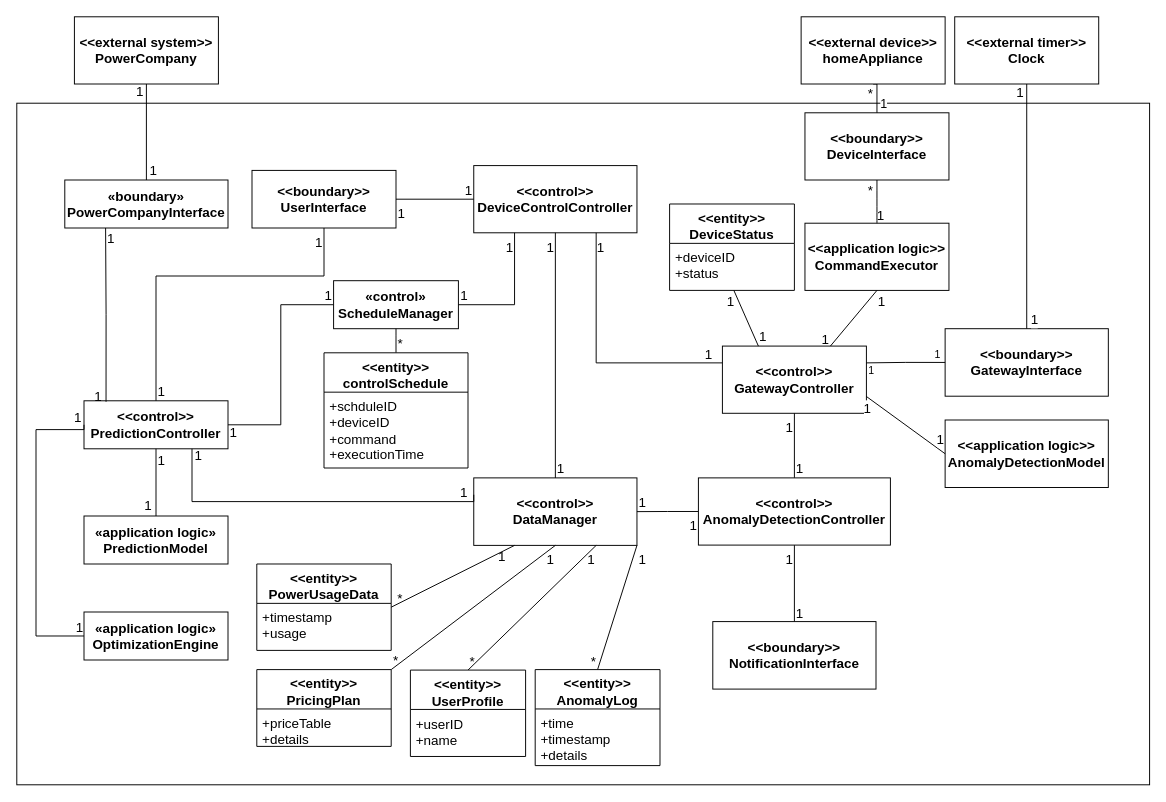
Above: page "StaticView" (4 of 4) of DomainModeling.drawio in GeniusHoon/AssociateArchitect (draw.io), before the change. Source tidied: cells renumbered, new cells numbered last; positions are measured from the earlier drawing's top-left corner, leaving out a move shared by most shapes. Both pictures are drawn from the tidied source at 96%, with x=0, y=0 at pixel (16, 16).
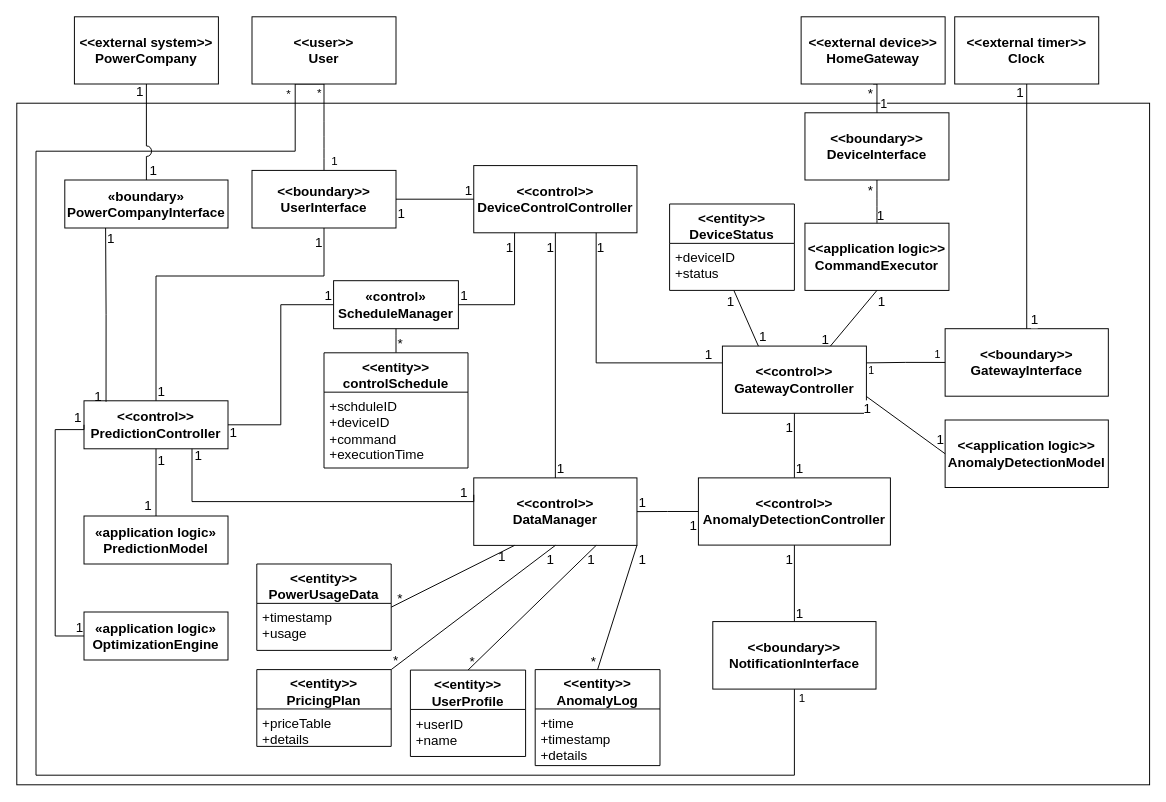
The same diagram, later.

The change refers to these unchanged cells:
```xml
<mxCell id="6" value="«boundary»&lt;br&gt;&lt;span&gt;PowerCompanyInterface&lt;/span&gt;" style="html=1;whiteSpace=wrap;fontStyle=1;fontSize=14;" parent="1" vertex="1">
  <mxGeometry x="50" y="170" width="170" height="50" as="geometry" />
</mxCell>
<mxCell id="7" value="&lt;span style=&quot;text-wrap-mode: nowrap;&quot;&gt;&amp;lt;&amp;lt;control&amp;gt;&amp;gt;&lt;/span&gt;&lt;br style=&quot;padding: 0px; margin: 0px; text-wrap-mode: nowrap;&quot;&gt;&lt;span style=&quot;text-wrap-mode: nowrap;&quot;&gt;PredictionController&lt;/span&gt;" style="html=1;whiteSpace=wrap;fontStyle=1;fontSize=14;" parent="1" vertex="1">
  <mxGeometry x="70" y="400" width="150" height="50" as="geometry" />
</mxCell>
<mxCell id="75" value="«application logic»&lt;br&gt;&lt;div&gt;OptimizationEngine&lt;/div&gt;" style="html=1;whiteSpace=wrap;fontStyle=1;fontSize=14;" parent="1" vertex="1">
  <mxGeometry x="70" y="620" width="150" height="50" as="geometry" />
</mxCell>
<mxCell id="79" value="&lt;span style=&quot;text-wrap-mode: nowrap;&quot;&gt;&amp;lt;&amp;lt;boundary&amp;gt;&amp;gt;&lt;/span&gt;&lt;br style=&quot;padding: 0px; margin: 0px; text-wrap-mode: nowrap;&quot;&gt;&lt;span style=&quot;text-wrap-mode: nowrap;&quot;&gt;UserInterface&lt;/span&gt;" style="html=1;whiteSpace=wrap;fontStyle=1;fontSize=14;" parent="1" vertex="1">
  <mxGeometry x="245" y="160" width="150" height="60" as="geometry" />
</mxCell>
<mxCell id="89" value="&lt;span style=&quot;text-wrap-mode: nowrap;&quot;&gt;&amp;lt;&amp;lt;boundary&amp;gt;&amp;gt;&lt;/span&gt;&lt;br style=&quot;padding: 0px; margin: 0px; text-wrap-mode: nowrap;&quot;&gt;&lt;span style=&quot;text-wrap-mode: nowrap;&quot;&gt;NotificationInterface&lt;/span&gt;" style="html=1;whiteSpace=wrap;fontStyle=1;fontSize=14;" parent="1" vertex="1">
  <mxGeometry x="725" y="630" width="170" height="70.3" as="geometry" />
</mxCell>
<mxCell id="101" value="&lt;span style=&quot;text-wrap-mode: nowrap;&quot;&gt;&amp;lt;&amp;lt;external system&amp;gt;&amp;gt;&lt;/span&gt;&lt;br style=&quot;padding: 0px; margin: 0px; text-wrap-mode: nowrap;&quot;&gt;&lt;div&gt;&lt;span style=&quot;text-wrap-mode: nowrap;&quot;&gt;PowerCompany&lt;/span&gt;&lt;/div&gt;" style="html=1;whiteSpace=wrap;fontStyle=1;fontSize=14;" parent="1" vertex="1">
  <mxGeometry x="60" width="150" height="70" as="geometry" />
</mxCell>
```

The edit, as a diff of the source:
```diff
@@
+    <mxCell id="111" style="edgeStyle=none;curved=1;rounded=0;jettySize=auto;html=1;exitX=0.5;exitY=0;exitDx=0;exitDy=0;entryX=0.5;entryY=1;entryDx=0;entryDy=0;fontSize=12;startSize=8;endSize=8;endArrow=none;endFill=0;" parent="1" edge="1" source="79" target="117">
+      <mxGeometry relative="1" as="geometry" />
+    </mxCell>
+    <mxCell id="112" value="*" style="edgeLabel;html=1;align=center;verticalAlign=middle;fontSize=12;" parent="111" vertex="1">
+      <mxGeometry x="0.84" y="2" relative="1" as="geometry">
+        <mxPoint x="-4" y="2" as="offset" />
+      </mxGeometry>
+    </mxCell>
+    <mxCell id="113" value="1" style="edgeLabel;html=1;align=center;verticalAlign=middle;fontSize=12;" parent="111" vertex="1">
+      <mxGeometry x="-0.77" y="1" relative="1" as="geometry">
+        <mxPoint x="11" as="offset" />
+      </mxGeometry>
+    </mxCell>
@@
+    <mxCell id="114" style="edgeStyle=orthogonalEdgeStyle;rounded=0;jettySize=auto;html=1;exitX=0.5;exitY=1;exitDx=0;exitDy=0;entryX=0.5;entryY=1;entryDx=0;entryDy=0;fontSize=12;startSize=8;endSize=8;endArrow=none;endFill=0;jumpStyle=arc;" parent="1" edge="1" source="89" target="117">
+      <mxGeometry relative="1" as="geometry">
+        <Array as="points">
+          <mxPoint x="810" y="790" />
+          <mxPoint x="20" y="790" />
+          <mxPoint x="20" y="140" />
+          <mxPoint x="290" y="140" />
+          <mxPoint x="290" y="70" />
+        </Array>
+      </mxGeometry>
+    </mxCell>
+    <mxCell id="115" value="1" style="edgeLabel;html=1;align=center;verticalAlign=middle;fontSize=12;" parent="114" vertex="1">
+      <mxGeometry x="-0.99" relative="1" as="geometry">
+        <mxPoint x="7" as="offset" />
+      </mxGeometry>
+    </mxCell>
+    <mxCell id="116" value="*" style="edgeLabel;html=1;align=center;verticalAlign=middle;fontSize=12;" parent="114" vertex="1">
+      <mxGeometry x="0.99" relative="1" as="geometry">
+        <mxPoint x="-28" y="10" as="offset" />
+      </mxGeometry>
+    </mxCell>
@@
-    <mxCell id="97" value="&lt;span style=&quot;text-wrap-mode: nowrap;&quot;&gt;&amp;lt;&amp;lt;external device&amp;gt;&amp;gt;&lt;/span&gt;&lt;br style=&quot;padding: 0px; margin: 0px; text-wrap-mode: nowrap;&quot;&gt;&lt;div&gt;&lt;span style=&quot;text-wrap-mode: nowrap;&quot;&gt;homeAppliance&lt;/span&gt;&lt;/div&gt;" style="html=1;whiteSpace=wrap;fontStyle=1;fontSize=14;" parent="1" vertex="1">
+    <mxCell id="97" value="&lt;span style=&quot;text-wrap-mode: nowrap;&quot;&gt;&amp;lt;&amp;lt;external device&amp;gt;&amp;gt;&lt;/span&gt;&lt;br style=&quot;padding: 0px; margin: 0px; text-wrap-mode: nowrap;&quot;&gt;&lt;div&gt;HomeGateway&lt;/div&gt;" style="html=1;whiteSpace=wrap;fontStyle=1;fontSize=14;" parent="1" vertex="1">
       <mxGeometry x="817" width="150" height="70" as="geometry" />
     </mxCell>
-    <mxCell id="98" style="edgeStyle=orthogonalEdgeStyle;rounded=0;jettySize=auto;html=1;exitX=0.5;exitY=1;exitDx=0;exitDy=0;entryX=0.5;entryY=0;entryDx=0;entryDy=0;endArrow=none;endFill=0;strokeWidth=1;" parent="1" edge="1" source="101" target="6">
+    <mxCell id="98" style="edgeStyle=orthogonalEdgeStyle;rounded=0;jettySize=auto;html=1;exitX=0.5;exitY=1;exitDx=0;exitDy=0;entryX=0.5;entryY=0;entryDx=0;entryDy=0;endArrow=none;endFill=0;strokeWidth=1;jumpStyle=arc;jumpSize=11;" parent="1" edge="1" source="101" target="6">
       <mxGeometry relative="1" as="geometry" />
     </mxCell>
@@
     <mxCell id="105" style="startArrow=none;endArrow=none;exitX=0;exitY=0.5;entryX=0;entryY=0.5;rounded=0;entryDx=0;entryDy=0;exitDx=0;exitDy=0;fontSize=14;edgeStyle=orthogonalEdgeStyle;" parent="1" edge="1" source="7" target="75">
       <mxGeometry relative="1" as="geometry">
         <Array as="points">
           <mxPoint x="70" y="430" />
-          <mxPoint x="20" y="430" />
-          <mxPoint x="20" y="645" />
+          <mxPoint x="40" y="430" />
+          <mxPoint x="40" y="645" />
         </Array>
       </mxGeometry>
     </mxCell>
@@
+    <mxCell id="117" value="&lt;span style=&quot;text-wrap-mode: nowrap;&quot;&gt;&amp;lt;&amp;lt;user&amp;gt;&amp;gt;&lt;/span&gt;&lt;br style=&quot;padding: 0px; margin: 0px; text-wrap-mode: nowrap;&quot;&gt;&lt;div&gt;&lt;span style=&quot;text-wrap-mode: nowrap;&quot;&gt;User&lt;/span&gt;&lt;/div&gt;" style="html=1;whiteSpace=wrap;fontStyle=1;fontSize=14;" parent="1" vertex="1">
+      <mxGeometry x="245" width="150" height="70" as="geometry" />
+    </mxCell>
```
